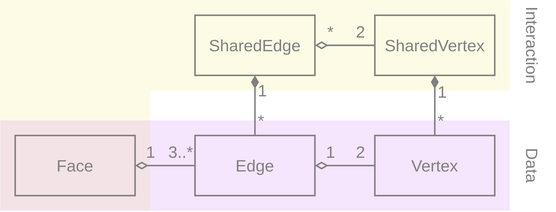
The draw.io diagram wiki/MetaMeshGraph.svg in YoanWithY/kayo, before a commit. Source tidied: cells renumbered, new cells last; positions are measured from the earlier drawing's top-left corner, leaving out a move shared by most shapes.
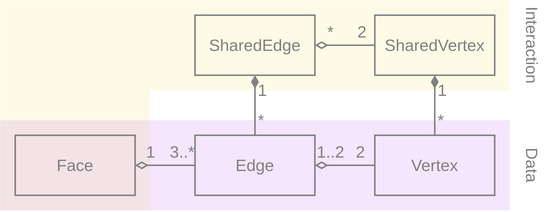
The same diagram one commit later.

The edit, as a diff of the source:
```diff
@@ -62,7 +62,7 @@
     <mxCell id="17" style="edgeStyle=orthogonalEdgeStyle;shape=connector;rounded=0;html=1;labelBackgroundColor=default;strokeColor=#808080;fontFamily=Helvetica;fontSize=11;fontColor=#808080;startArrow=diamondThin;startFill=0;endArrow=none;endFill=0;" parent="1" edge="1" source="20" target="15">
       <mxGeometry relative="1" as="geometry" />
     </mxCell>
-    <mxCell id="18" value="1" style="edgeLabel;html=1;align=center;verticalAlign=bottom;fontSize=11;fontFamily=Helvetica;fontColor=#808080;labelBackgroundColor=none;" parent="17" vertex="1">
+    <mxCell id="18" value="1..2" style="edgeLabel;html=1;align=center;verticalAlign=bottom;fontSize=11;fontFamily=Helvetica;fontColor=#808080;labelBackgroundColor=none;" parent="17" vertex="1">
       <mxGeometry x="-0.67" relative="1" as="geometry">
         <mxPoint x="3" as="offset" />
       </mxGeometry>
```
